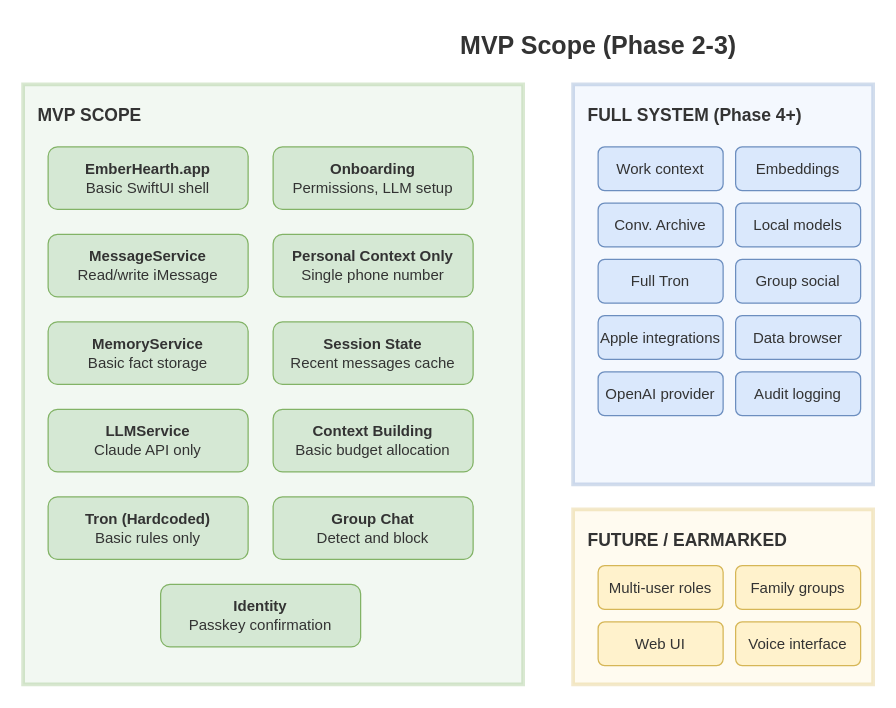
tokenfires/emberhearth keeps this draw.io diagram as page "MVP Scope" (3 of 12) of docs/diagrams/emberhearth-architecture.drawio. Above is the earlier version. Source tidied: cells renumbered, new cells numbered last; positions are measured from the earlier drawing's top-left corner, leaving out a move shared by most shapes. Both pictures are drawn from the tidied source at 125%, with x=0, y=0 at pixel (22, 21).
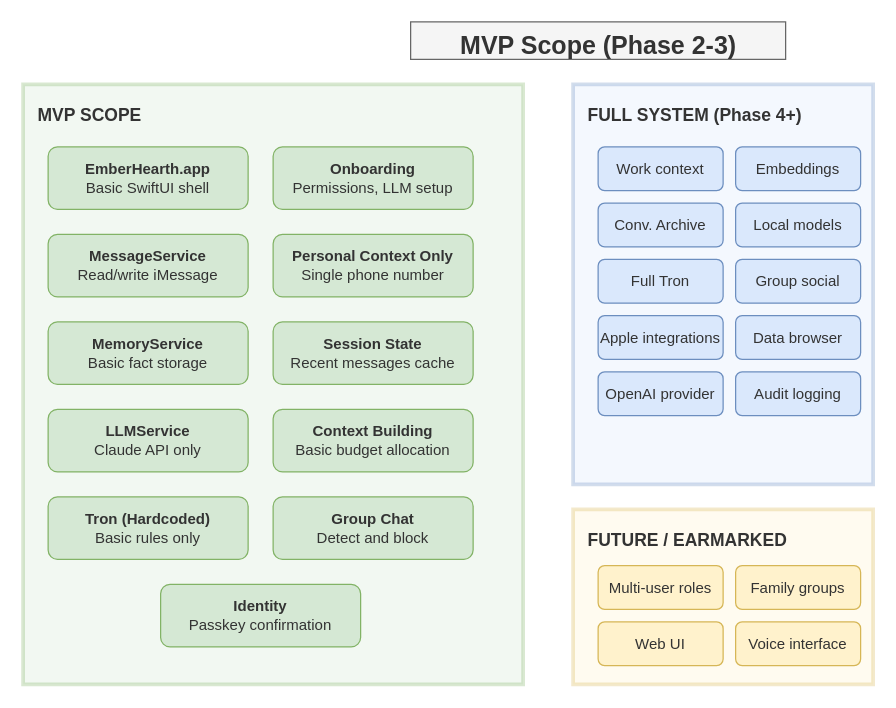
The same page after the edit.

What changed in the source:
```diff
@@
-    <mxCell id="2" value="&lt;font style=&quot;font-size: 20px;&quot;&gt;&lt;b&gt;MVP Scope (Phase 2-3)&lt;/b&gt;&lt;/font&gt;" style="text;html=1;strokeColor=none;fillColor=none;align=center;fontColor=#333333;" parent="1" vertex="1">
+    <mxCell id="2" value="&lt;font style=&quot;font-size: 20px;&quot;&gt;&lt;b&gt;MVP Scope (Phase 2-3)&lt;/b&gt;&lt;/font&gt;" style="text;html=1;strokeColor=#666666;fillColor=#f5f5f5;align=center;fontColor=#333333;" parent="1" vertex="1">
       <mxGeometry x="310" width="300" height="30" as="geometry" />
     </mxCell>
```
